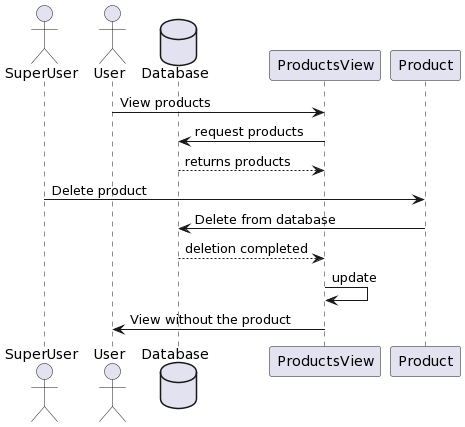
Earlier version of the PlantUML export docs/images/06_productDeletion_runtime_view.png (Arquisoft/dede_es6c).
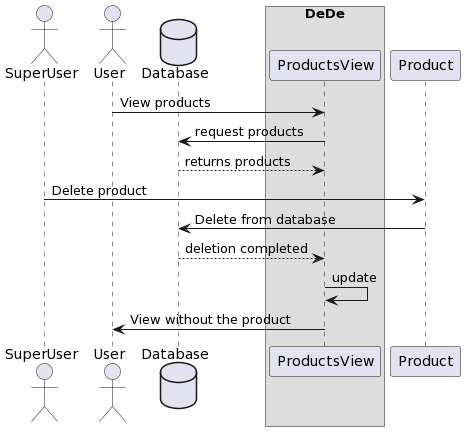
Later version of the same file.

Commit message:
Actualización Borrado de Producto

Actualización del diagrama de secuencia de borrado de producto.
Se hicieron cambios menores también en la redacción del texto explicativo en el apartado correspondiente (Product Deletion).

The edit, as a diff of the source:
```diff
@@ -2,6 +2,9 @@
 actor SuperUser
 actor User
 database Database
+box "DeDe"
+participant ProductsView
+end box
 
 User -> ProductsView: View products
 ProductsView -> Database: request products
```
